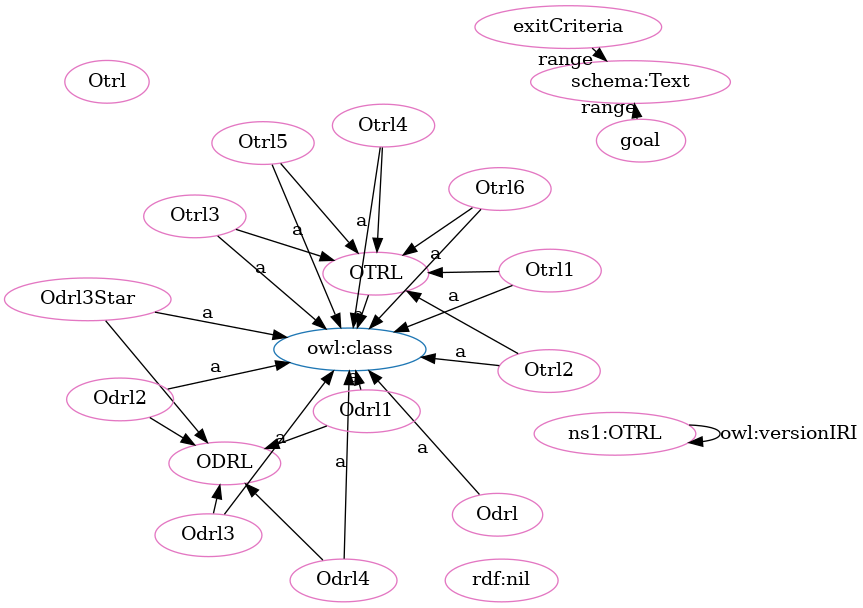
OPEN-NEXT/OKH-LOSH keeps this Graphviz diagram as OTRL-clean.png. Above is the earlier version. Its source is kept beside it as OTRL-clean.dot.
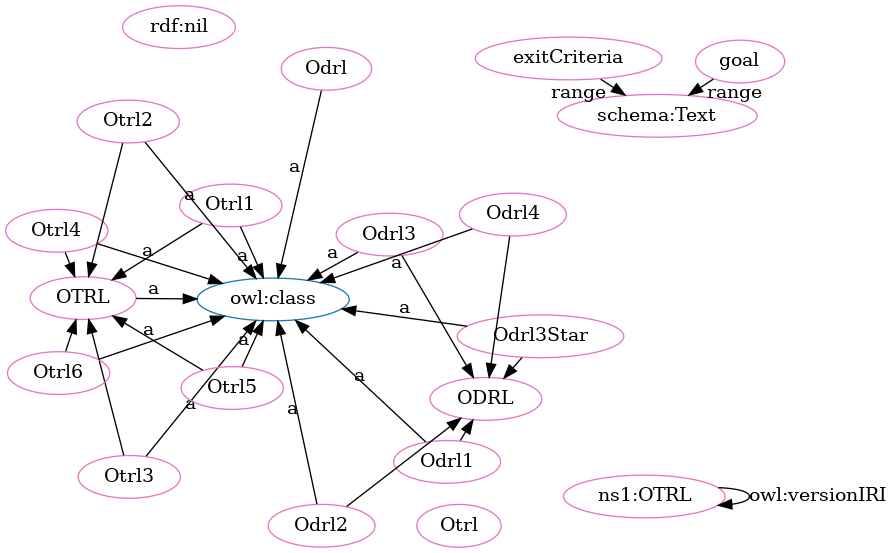
After the change.

What changed in the source:
```diff
@@ -1,54 +1,54 @@
 digraph G {
   rankdir=BT
   node[height=.3]
+"http://purl.org/oseg/ontologies/OTRL#OTRL" [fillcolor="#1f77b4" color="#1f77b4" label="OTRL"]
 "http://purl.org/oseg/ontologies/OTRL#ODRL" [fillcolor="#1f77b4" color="#1f77b4" label="ODRL"]
-"http://purl.org/oseg/ontologies/OTRL#OTRL" [fillcolor="#1f77b4" color="#1f77b4" label="OTRL"]
 "http://www.w3.org/2002/07/owl#class" [fillcolor="#1f77b4" color="#1f77b4" label="owl:class"]
+"http://purl.org/oseg/ontologies/OTRL" [fillcolor="#e377c2" color="#e377c2" label="ns1:OTRL"]
+"http://purl.org/oseg/ontologies/OTRL#ODRL" [fillcolor="#e377c2" color="#e377c2" label="ODRL"]
+"http://purl.org/oseg/ontologies/OTRL#exitCriteria" [fillcolor="#e377c2" color="#e377c2" label="exitCriteria"]
+"http://purl.org/oseg/ontologies/OTRL#goal" [fillcolor="#e377c2" color="#e377c2" label="goal"]
+"http://purl.org/oseg/ontologies/OTRL#OTRL" [fillcolor="#e377c2" color="#e377c2" label="OTRL"]
 "http://purl.org/oseg/ontologies/OTRL#Otrl4" [fillcolor="#e377c2" color="#e377c2" label="Otrl4"]
 "http://purl.org/oseg/ontologies/OTRL#Odrl" [fillcolor="#e377c2" color="#e377c2" label="Odrl"]
-"http://purl.org/oseg/ontologies/OTRL#ODRL" [fillcolor="#e377c2" color="#e377c2" label="ODRL"]
-"http://purl.org/oseg/ontologies/OTRL#Odrl3Star" [fillcolor="#e377c2" color="#e377c2" label="Odrl3Star"]
-"http://purl.org/oseg/ontologies/OTRL#exitCriteria" [fillcolor="#e377c2" color="#e377c2" label="exitCriteria"]
-"http://purl.org/oseg/ontologies/OTRL#Odrl2" [fillcolor="#e377c2" color="#e377c2" label="Odrl2"]
 "http://www.w3.org/1999/02/22-rdf-syntax-ns#nil" [fillcolor="#e377c2" color="#e377c2" label="rdf:nil"]
-"http://purl.org/oseg/ontologies/OTRL" [fillcolor="#e377c2" color="#e377c2" label="ns1:OTRL"]
-"http://purl.org/oseg/ontologies/OTRL#Odrl4" [fillcolor="#e377c2" color="#e377c2" label="Odrl4"]
+"http://purl.org/oseg/ontologies/OTRL#Otrl1" [fillcolor="#e377c2" color="#e377c2" label="Otrl1"]
+"http://purl.org/oseg/ontologies/OTRL#Otrl3" [fillcolor="#e377c2" color="#e377c2" label="Otrl3"]
 "http://purl.org/oseg/ontologies/OTRL#Otrl5" [fillcolor="#e377c2" color="#e377c2" label="Otrl5"]
-"http://purl.org/oseg/ontologies/OTRL#OTRL" [fillcolor="#e377c2" color="#e377c2" label="OTRL"]
-"http://purl.org/oseg/ontologies/OTRL#Otrl" [fillcolor="#e377c2" color="#e377c2" label="Otrl"]
 "http://purl.org/oseg/ontologies/OTRL#Odrl3" [fillcolor="#e377c2" color="#e377c2" label="Odrl3"]
 "http://schema.org/Text" [fillcolor="#e377c2" color="#e377c2" label="schema:Text"]
+"http://purl.org/oseg/ontologies/OTRL#Odrl1" [fillcolor="#e377c2" color="#e377c2" label="Odrl1"]
+"http://purl.org/oseg/ontologies/OTRL#Odrl2" [fillcolor="#e377c2" color="#e377c2" label="Odrl2"]
+"http://purl.org/oseg/ontologies/OTRL#Otrl6" [fillcolor="#e377c2" color="#e377c2" label="Otrl6"]
+"http://purl.org/oseg/ontologies/OTRL#Odrl3Star" [fillcolor="#e377c2" color="#e377c2" label="Odrl3Star"]
+"http://purl.org/oseg/ontologies/OTRL#Odrl4" [fillcolor="#e377c2" color="#e377c2" label="Odrl4"]
+"http://purl.org/oseg/ontologies/OTRL#Otrl" [fillcolor="#e377c2" color="#e377c2" label="Otrl"]
 "http://purl.org/oseg/ontologies/OTRL#Otrl2" [fillcolor="#e377c2" color="#e377c2" label="Otrl2"]
-"http://purl.org/oseg/ontologies/OTRL#Otrl3" [fillcolor="#e377c2" color="#e377c2" label="Otrl3"]
-"http://purl.org/oseg/ontologies/OTRL#goal" [fillcolor="#e377c2" color="#e377c2" label="goal"]
-"http://purl.org/oseg/ontologies/OTRL#Odrl1" [fillcolor="#e377c2" color="#e377c2" label="Odrl1"]
-"http://purl.org/oseg/ontologies/OTRL#Otrl1" [fillcolor="#e377c2" color="#e377c2" label="Otrl1"]
-"http://purl.org/oseg/ontologies/OTRL#Otrl6" [fillcolor="#e377c2" color="#e377c2" label="Otrl6"]
-  "http://purl.org/oseg/ontologies/OTRL#Otrl4" -> "http://www.w3.org/2002/07/owl#class" [label="a"]
-  "http://purl.org/oseg/ontologies/OTRL#Odrl4" -> "http://purl.org/oseg/ontologies/OTRL#ODRL" [label=""]
-  "http://purl.org/oseg/ontologies/OTRL#Odrl2" -> "http://www.w3.org/2002/07/owl#class" [label="a"]
+  "http://purl.org/oseg/ontologies/OTRL#Otrl1" -> "http://purl.org/oseg/ontologies/OTRL#OTRL" [label=""]
+  "http://purl.org/oseg/ontologies/OTRL#Otrl5" -> "http://purl.org/oseg/ontologies/OTRL#OTRL" [label=""]
+  "http://purl.org/oseg/ontologies/OTRL#Odrl3" -> "http://purl.org/oseg/ontologies/OTRL#ODRL" [label=""]
+  "http://purl.org/oseg/ontologies/OTRL#Otrl1" -> "http://www.w3.org/2002/07/owl#class" [label="a"]
+  "http://purl.org/oseg/ontologies/OTRL#Otrl5" -> "http://www.w3.org/2002/07/owl#class" [label="a"]
+  "http://purl.org/oseg/ontologies/OTRL#Odrl2" -> "http://purl.org/oseg/ontologies/OTRL#ODRL" [label=""]
+  "http://purl.org/oseg/ontologies/OTRL#Odrl1" -> "http://www.w3.org/2002/07/owl#class" [label="a"]
+  "http://purl.org/oseg/ontologies/OTRL#OTRL" -> "http://www.w3.org/2002/07/owl#class" [label="a"]
   "http://purl.org/oseg/ontologies/OTRL#Odrl4" -> "http://www.w3.org/2002/07/owl#class" [label="a"]
-  "http://purl.org/oseg/ontologies/OTRL#Otrl5" -> "http://purl.org/oseg/ontologies/OTRL#OTRL" [label=""]
-  "http://purl.org/oseg/ontologies/OTRL#Otrl6" -> "http://purl.org/oseg/ontologies/OTRL#OTRL" [label=""]
-  "http://purl.org/oseg/ontologies/OTRL#Otrl1" -> "http://purl.org/oseg/ontologies/OTRL#OTRL" [label=""]
-  "http://purl.org/oseg/ontologies/OTRL#Odrl3" -> "http://www.w3.org/2002/07/owl#class" [label="a"]
-  "http://purl.org/oseg/ontologies/OTRL#Otrl2" -> "http://www.w3.org/2002/07/owl#class" [label="a"]
   "http://purl.org/oseg/ontologies/OTRL#Otrl4" -> "http://purl.org/oseg/ontologies/OTRL#OTRL" [label=""]
-  "http://purl.org/oseg/ontologies/OTRL#Otrl3" -> "http://purl.org/oseg/ontologies/OTRL#OTRL" [label=""]
   "http://purl.org/oseg/ontologies/OTRL#Otrl2" -> "http://purl.org/oseg/ontologies/OTRL#OTRL" [label=""]
   "http://purl.org/oseg/ontologies/OTRL" -> "http://purl.org/oseg/ontologies/OTRL" [label="owl:versionIRI"]
   "http://purl.org/oseg/ontologies/OTRL#Odrl3Star" -> "http://purl.org/oseg/ontologies/OTRL#ODRL" [label=""]
+  "http://purl.org/oseg/ontologies/OTRL#Otrl3" -> "http://purl.org/oseg/ontologies/OTRL#OTRL" [label=""]
+  "http://purl.org/oseg/ontologies/OTRL#Otrl4" -> "http://www.w3.org/2002/07/owl#class" [label="a"]
+  "http://purl.org/oseg/ontologies/OTRL#Otrl6" -> "http://purl.org/oseg/ontologies/OTRL#OTRL" [label=""]
   "http://purl.org/oseg/ontologies/OTRL#Odrl" -> "http://www.w3.org/2002/07/owl#class" [label="a"]
+  "http://purl.org/oseg/ontologies/OTRL#Otrl3" -> "http://www.w3.org/2002/07/owl#class" [label="a"]
+  "http://purl.org/oseg/ontologies/OTRL#Odrl3" -> "http://www.w3.org/2002/07/owl#class" [label="a"]
+  "http://purl.org/oseg/ontologies/OTRL#exitCriteria" -> "http://schema.org/Text" [label="range"]
+  "http://purl.org/oseg/ontologies/OTRL#goal" -> "http://schema.org/Text" [label="range"]
+  "http://purl.org/oseg/ontologies/OTRL#Odrl4" -> "http://purl.org/oseg/ontologies/OTRL#ODRL" [label=""]
+  "http://purl.org/oseg/ontologies/OTRL#Odrl2" -> "http://www.w3.org/2002/07/owl#class" [label="a"]
+  "http://purl.org/oseg/ontologies/OTRL#Otrl6" -> "http://www.w3.org/2002/07/owl#class" [label="a"]
   "http://purl.org/oseg/ontologies/OTRL#Odrl3Star" -> "http://www.w3.org/2002/07/owl#class" [label="a"]
-  "http://purl.org/oseg/ontologies/OTRL#Otrl5" -> "http://www.w3.org/2002/07/owl#class" [label="a"]
-  "http://purl.org/oseg/ontologies/OTRL#OTRL" -> "http://www.w3.org/2002/07/owl#class" [label="a"]
+  "http://purl.org/oseg/ontologies/OTRL#Otrl2" -> "http://www.w3.org/2002/07/owl#class" [label="a"]
   "http://purl.org/oseg/ontologies/OTRL#Odrl1" -> "http://purl.org/oseg/ontologies/OTRL#ODRL" [label=""]
-  "http://purl.org/oseg/ontologies/OTRL#exitCriteria" -> "http://schema.org/Text" [label="range"]
-  "http://purl.org/oseg/ontologies/OTRL#Otrl3" -> "http://www.w3.org/2002/07/owl#class" [label="a"]
-  "http://purl.org/oseg/ontologies/OTRL#Odrl2" -> "http://purl.org/oseg/ontologies/OTRL#ODRL" [label=""]
-  "http://purl.org/oseg/ontologies/OTRL#Odrl3" -> "http://purl.org/oseg/ontologies/OTRL#ODRL" [label=""]
-  "http://purl.org/oseg/ontologies/OTRL#goal" -> "http://schema.org/Text" [label="range"]
-  "http://purl.org/oseg/ontologies/OTRL#Odrl1" -> "http://www.w3.org/2002/07/owl#class" [label="a"]
-  "http://purl.org/oseg/ontologies/OTRL#Otrl1" -> "http://www.w3.org/2002/07/owl#class" [label="a"]
-  "http://purl.org/oseg/ontologies/OTRL#Otrl6" -> "http://www.w3.org/2002/07/owl#class" [label="a"]
 }
```
